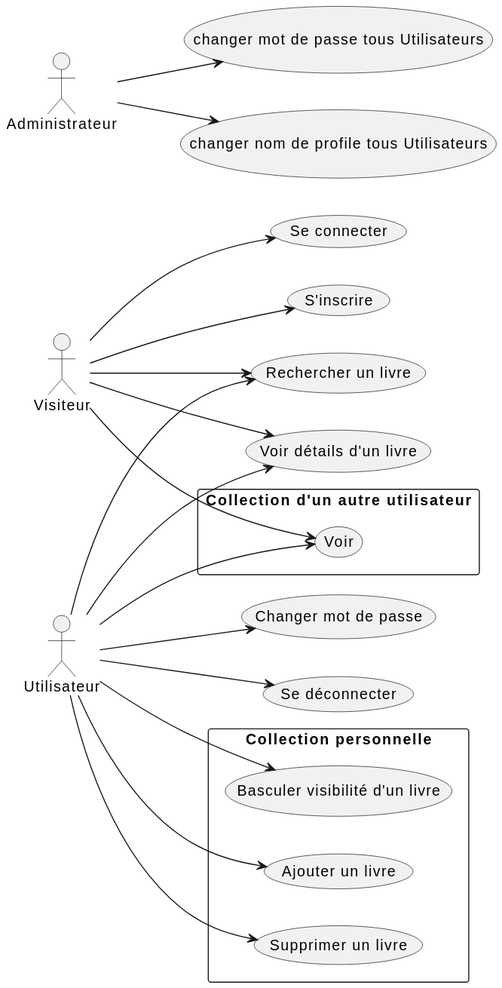
Above: schemas/diagramme-user-stories.svg in hoailinh567/projet-wikibouquin (PlantUML), before the change. Its diagram source:
```plantuml
@startuml
left to right direction
actor Utilisateur
actor Visiteur
Actor Administrateur

Visiteur --> (Se connecter)
Visiteur --> (S'inscrire)
Visiteur --> (Rechercher un livre)
Visiteur --> (Voir détails d'un livre)
Utilisateur --> (Voir détails d'un livre)
Utilisateur --> (Rechercher un livre)
Utilisateur --> (Changer mot de passe)
Utilisateur --> (Se déconnecter)

rectangle "Collection personnelle" {
Utilisateur --> (Basculer visibilité d'un livre)
Utilisateur --> (Ajouter un livre)
Utilisateur --> (Supprimer un livre)
}

rectangle "Collection d'un autre utilisateur" {
Visiteur --> (Voir)
Utilisateur --> (Voir)
}

Administrateur --> (changer mot de passe tous Utilisateurs)
Administrateur --> (changer nom de profile tous Utilisateurs)
@enduml
```
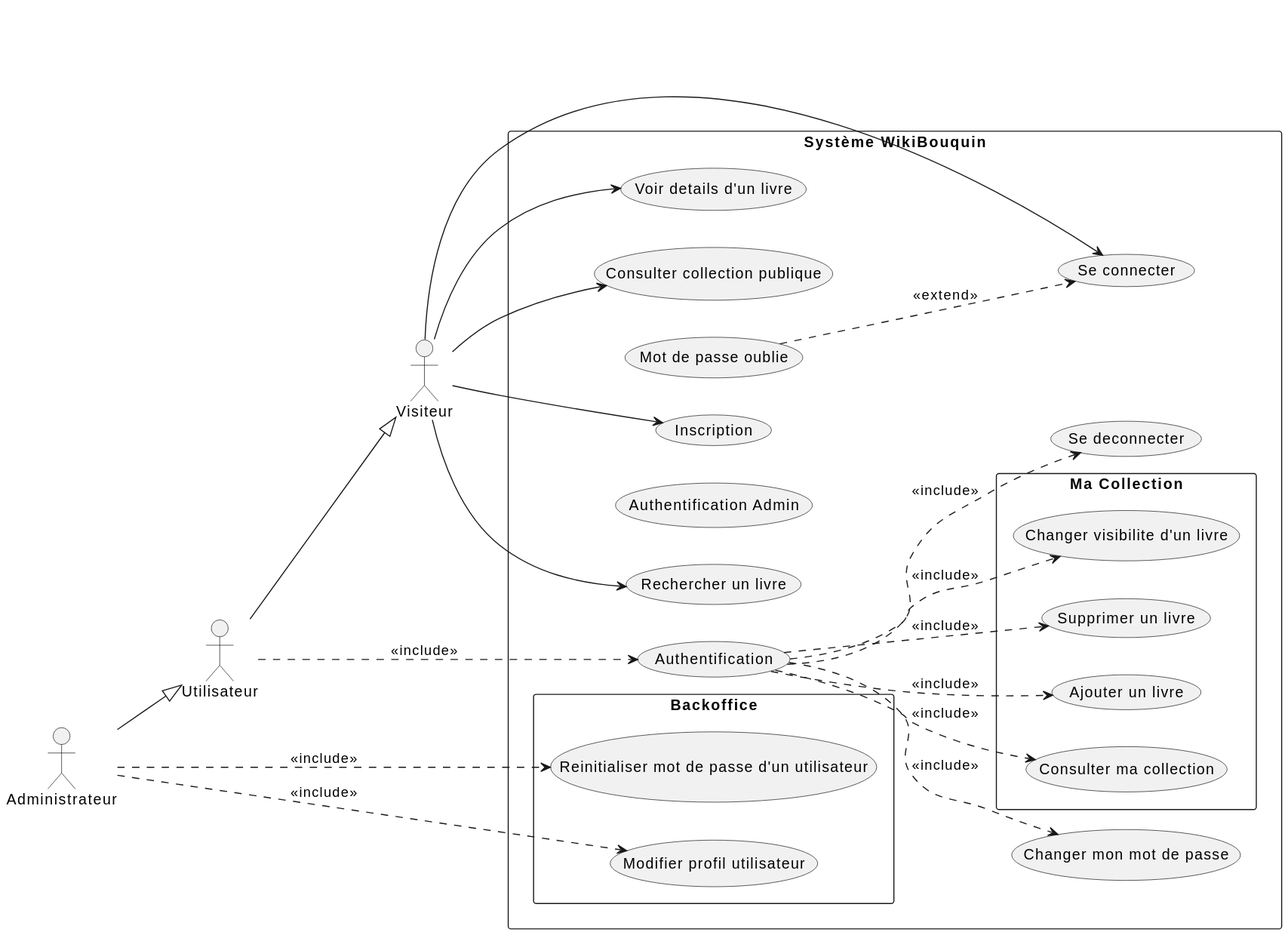
The same diagram one commit later.

Commit message:
Modified the use case diagram

Diff of the diagram source:
```diff
@@ -1,29 +1,52 @@
 @startuml
 left to right direction
+
+actor Visiteur
 actor Utilisateur
-actor Visiteur
-Actor Administrateur
+actor Administrateur
 
-Visiteur --> (Se connecter)
-Visiteur --> (S'inscrire)
-Visiteur --> (Rechercher un livre)
-Visiteur --> (Voir détails d'un livre)
-Utilisateur --> (Voir détails d'un livre)
-Utilisateur --> (Rechercher un livre)
-Utilisateur --> (Changer mot de passe)
-Utilisateur --> (Se déconnecter)
+Utilisateur --|> Visiteur
+Administrateur --|> Utilisateur
 
-rectangle "Collection personnelle" {
-Utilisateur --> (Basculer visibilité d'un livre)
-Utilisateur --> (Ajouter un livre)
-Utilisateur --> (Supprimer un livre)
+rectangle "Système WikiBouquin" {
+    usecase "Inscription" as UC_Inscrire
+    usecase "Se connecter" as UC_SeConnecter
+    usecase "Mot de passe oublie" as UC_MDP_Oublie
+    usecase "Authentification" as UC_Auth
+    usecase "Authentification Admin" as UC_AuthAdmin
+    usecase "Se deconnecter" as UC_SeDeconnecter
+    usecase "Rechercher un livre" as UC_Rechercher
+    usecase "Voir details d'un livre" as UC_VoirDetails
+    usecase "Consulter collection publique" as UC_ConsulterPublique
+    rectangle "Ma Collection" {
+        usecase "Consulter ma collection" as UC_ConsulterMoi
+        usecase "Ajouter un livre" as UC_Ajouter
+        usecase "Supprimer un livre" as UC_Supprimer
+        usecase "Changer visibilite d'un livre" as UC_Visibilite
+    }
+    usecase "Changer mon mot de passe" as UC_ChangerMDP
+    rectangle "Backoffice" {
+        usecase "Reinitialiser mot de passe d'un utilisateur" as UC_ReinitMDP
+        usecase "Modifier profil utilisateur" as UC_ModifProfil
+    }
 }
 
-rectangle "Collection d'un autre utilisateur" {
-Visiteur --> (Voir)
-Utilisateur --> (Voir)
-}
+Visiteur --> UC_Inscrire
+Visiteur --> UC_SeConnecter
+Visiteur --> UC_Rechercher
+Visiteur --> UC_VoirDetails
+Visiteur --> UC_ConsulterPublique
 
-Administrateur --> (changer mot de passe tous Utilisateurs)
-Administrateur --> (changer nom de profile tous Utilisateurs)
+Administrateur ..> UC_ReinitMDP: <<include>>
+Administrateur ..> UC_ModifProfil: <<include>>
+
+UC_MDP_Oublie ..> UC_SeConnecter : <<extend>>
+
+Utilisateur ..> UC_Auth : <<include>>
+UC_Auth ..> UC_ConsulterMoi : <<include>>
+UC_Auth ..> UC_Ajouter : <<include>>
+UC_Auth ..> UC_Supprimer : <<include>>
+UC_Auth ..> UC_Visibilite : <<include>>
+UC_Auth ..> UC_ChangerMDP : <<include>>
+UC_Auth ..> UC_SeDeconnecter : <<include>>
 @enduml
```
